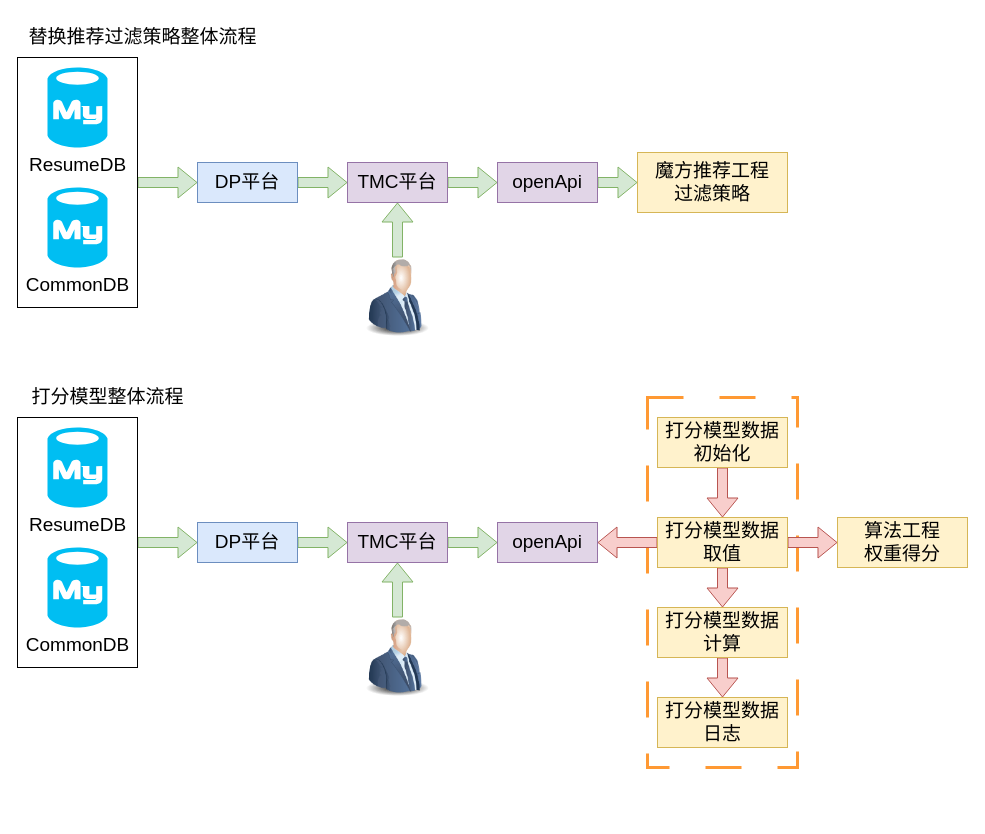
The draw.io diagram 简历打分.drawio in LuOyEbY/draw-b, before the edit. Source tidied: cells renumbered, new cells numbered last; positions are measured from the earlier drawing's top-left corner, leaving out a move shared by most shapes. Both pictures are drawn from the tidied source at 100%, with x=0, y=0 at pixel (17, 17).
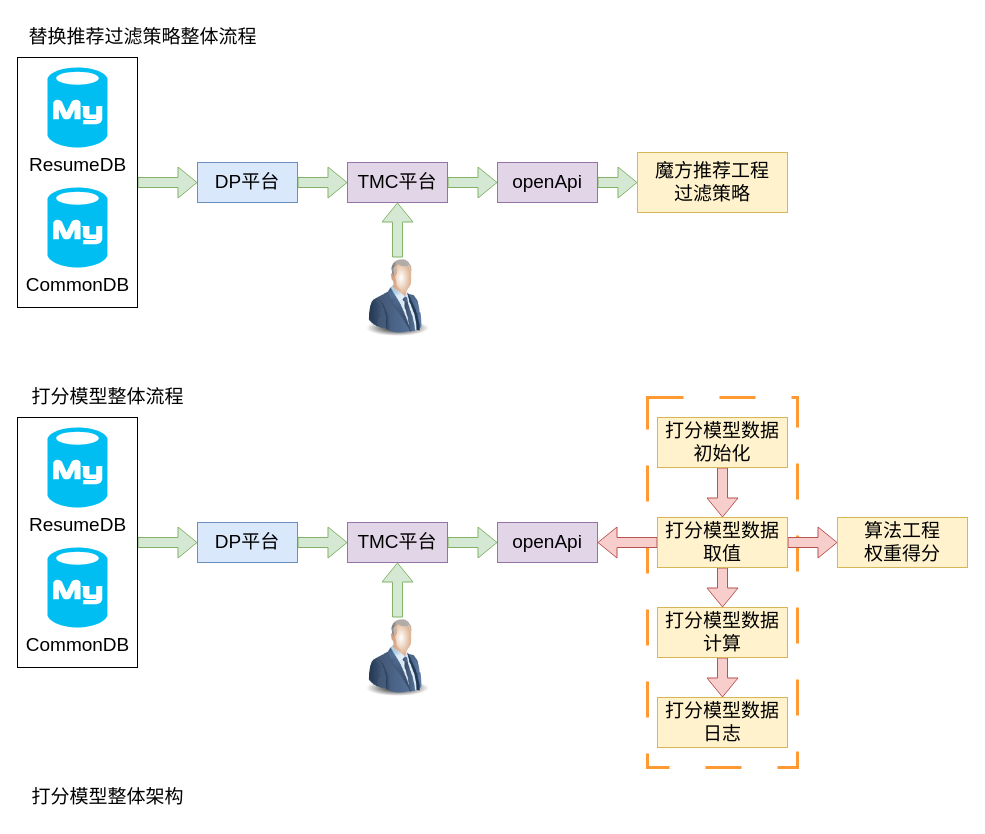
Above is the later version.

Commit message (it also covers changes not shown here):
更新简历打分.drawio

Diff of the diagram source:
```diff
@@
+    <mxCell id="39" value="打分模型整体架构" style="text;html=1;align=center;verticalAlign=middle;strokeColor=none;fillColor=none;fontSize=19;" parent="1" vertex="1">
+      <mxGeometry y="760" width="180" height="40" as="geometry" />
+    </mxCell>
```
